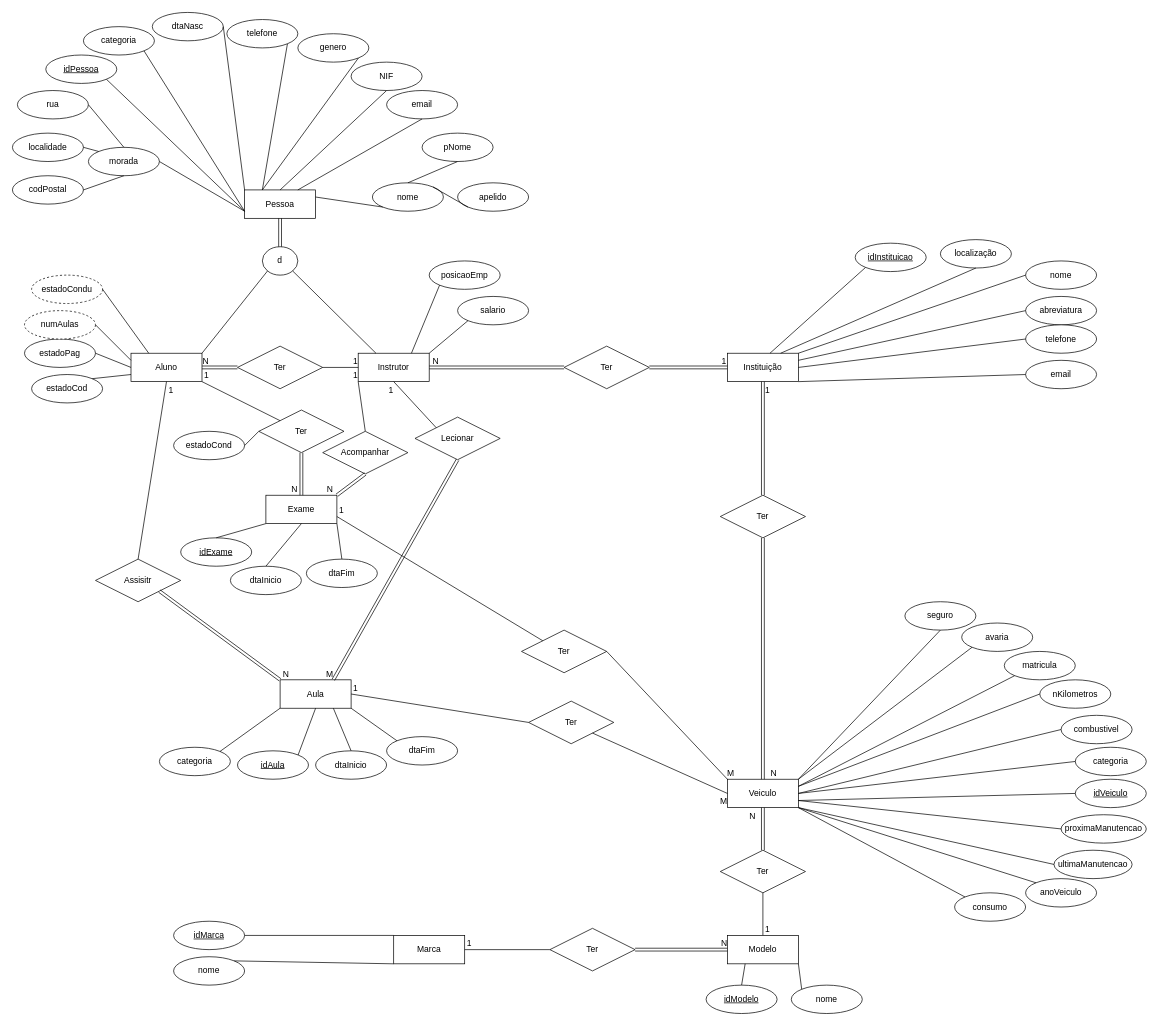
Above: IPLDrive.drawio in MarcoPadeiroIPL/ProjetoBD (draw.io), before the change. Source tidied: cells renumbered, new cells numbered last; positions are measured from the earlier drawing's top-left corner, leaving out a move shared by most shapes. Both pictures are drawn from the tidied source at 71%, with x=0, y=0 at pixel (12, 12).
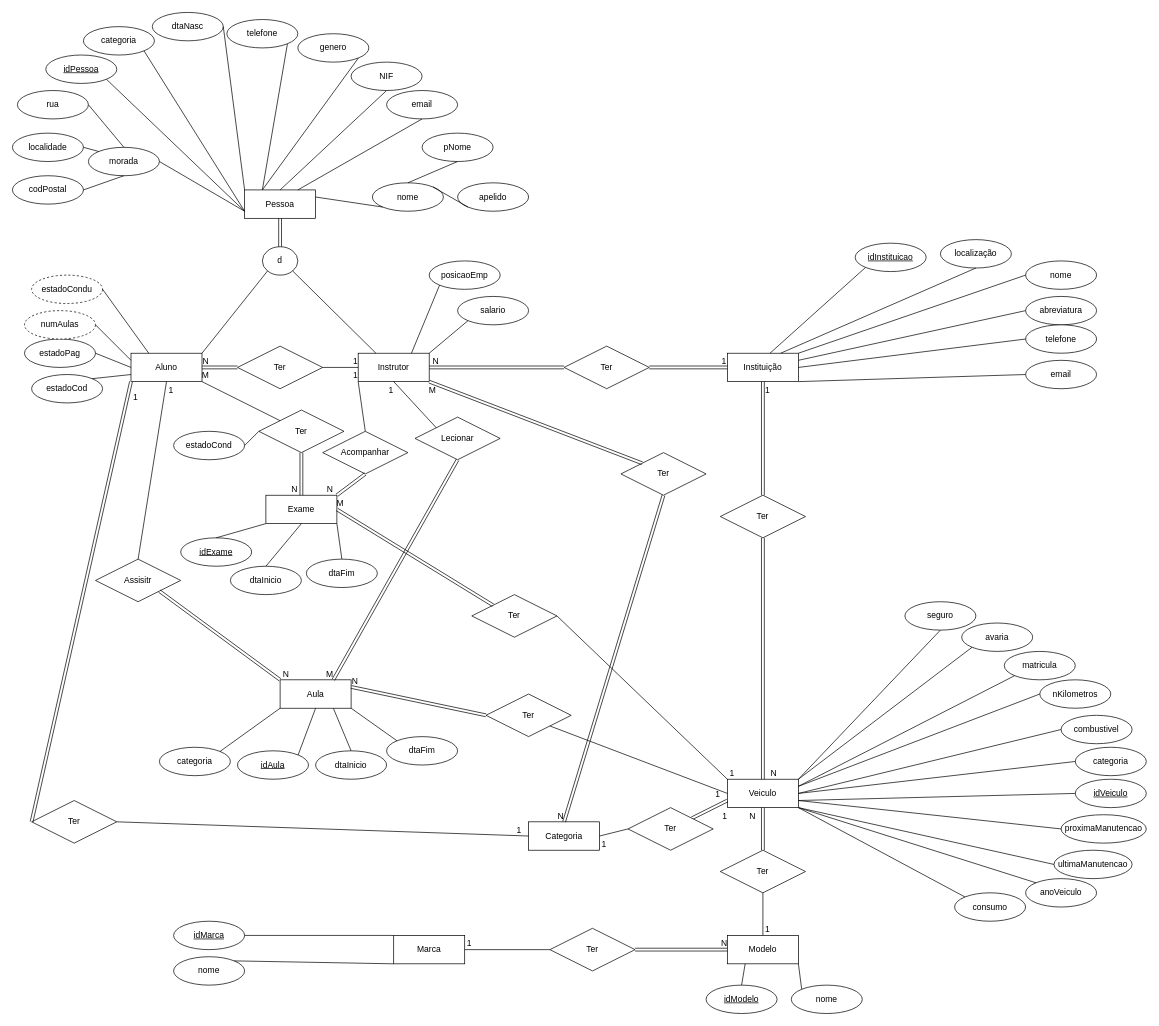
The same page after the edit.

Commit message (it also covers changes not shown here):
grafico DER versão nova

Unchanged cells that the change refers to:
```xml
<mxCell id="3" value="Instrutor" style="whiteSpace=wrap;html=1;align=center;" parent="1" vertex="1">
  <mxGeometry x="487" y="480" width="100" height="40" as="geometry" />
</mxCell>
<mxCell id="4" value="Veiculo" style="whiteSpace=wrap;html=1;align=center;" parent="1" vertex="1">
  <mxGeometry x="1007" y="1080" width="100" height="40" as="geometry" />
</mxCell>
<mxCell id="27" value="Aula" style="whiteSpace=wrap;html=1;align=center;" parent="1" vertex="1">
  <mxGeometry x="377" y="940" width="100" height="40" as="geometry" />
</mxCell>
<mxCell id="43" value="Exame" style="whiteSpace=wrap;html=1;align=center;" parent="1" vertex="1">
  <mxGeometry x="357" y="680" width="100" height="40" as="geometry" />
</mxCell>
<mxCell id="109" style="endArrow=none;html=1;rounded=0;entryX=1;entryY=1;entryDx=0;entryDy=0;exitX=0;exitY=0;exitDx=0;exitDy=0;" parent="1" edge="1" source="52" target="2">
  <mxGeometry relative="1" as="geometry" />
</mxCell>
<mxCell id="162" style="endArrow=none;html=1;rounded=0;entryX=0;entryY=0;entryDx=0;entryDy=0;exitX=1;exitY=0.5;exitDx=0;exitDy=0;" parent="1" edge="1" source="158" target="4">
  <mxGeometry relative="1" as="geometry" />
</mxCell>
<mxCell id="166" style="endArrow=none;html=1;rounded=0;entryX=0;entryY=0.5;entryDx=0;entryDy=0;exitX=1;exitY=1;exitDx=0;exitDy=0;" parent="1" edge="1" source="159" target="4">
  <mxGeometry relative="1" as="geometry" />
</mxCell>
```

What changed in the source:
```diff
@@
-    <mxCell id="110" value="1" style="html=1;align=right;verticalAlign=bottom;" parent="109" vertex="1">
+    <mxCell id="110" value="M" style="html=1;align=right;verticalAlign=bottom;" parent="109" vertex="1">
       <mxGeometry x="1" relative="1" as="geometry">
         <mxPoint x="10" as="offset" />
       </mxGeometry>
     </mxCell>
@@
     <mxCell id="158" value="Ter" style="shape=rhombus;perimeter=rhombusPerimeter;whiteSpace=wrap;html=1;align=center;" parent="1" vertex="1">
-      <mxGeometry x="717" y="870" width="120" height="60" as="geometry" />
+      <mxGeometry x="647" y="820" width="120" height="60" as="geometry" />
     </mxCell>
     <mxCell id="159" value="Ter" style="shape=rhombus;perimeter=rhombusPerimeter;whiteSpace=wrap;html=1;align=center;" parent="1" vertex="1">
-      <mxGeometry x="727" y="970" width="120" height="60" as="geometry" />
+      <mxGeometry x="667" y="960" width="120" height="60" as="geometry" />
     </mxCell>
-    <mxCell id="160" style="endArrow=none;html=1;rounded=0;entryX=1;entryY=0.75;entryDx=0;entryDy=0;exitX=0;exitY=0;exitDx=0;exitDy=0;" parent="1" edge="1" source="158" target="43">
-      <mxGeometry relative="1" as="geometry" />
-    </mxCell>
-    <mxCell id="161" value="1" style="html=1;align=right;verticalAlign=bottom;" parent="160" vertex="1">
-      <mxGeometry x="1" relative="1" as="geometry">
-        <mxPoint x="10" as="offset" />
-      </mxGeometry>
-    </mxCell>
@@
-    <mxCell id="163" value="M" style="html=1;align=right;verticalAlign=bottom;" parent="162" vertex="1">
+    <mxCell id="163" value="1" style="html=1;align=right;verticalAlign=bottom;" parent="162" vertex="1">
       <mxGeometry x="1" relative="1" as="geometry">
         <mxPoint x="10" as="offset" />
       </mxGeometry>
     </mxCell>
-    <mxCell id="164" style="endArrow=none;html=1;rounded=0;entryX=1;entryY=0.5;entryDx=0;entryDy=0;exitX=0;exitY=0.5;exitDx=0;exitDy=0;" parent="1" edge="1" source="159" target="27">
-      <mxGeometry relative="1" as="geometry" />
-    </mxCell>
-    <mxCell id="165" value="1" style="html=1;align=right;verticalAlign=bottom;" parent="164" vertex="1">
-      <mxGeometry x="1" relative="1" as="geometry">
-        <mxPoint x="10" as="offset" />
-      </mxGeometry>
-    </mxCell>
@@
-    <mxCell id="167" value="M" style="html=1;align=right;verticalAlign=bottom;" parent="166" vertex="1">
+    <mxCell id="167" value="1" style="html=1;align=right;verticalAlign=bottom;" parent="166" vertex="1">
       <mxGeometry x="1" relative="1" as="geometry">
-        <mxPoint y="20" as="offset" />
+        <mxPoint x="-10" y="10" as="offset" />
       </mxGeometry>
     </mxCell>
+    <mxCell id="160" style="shape=link;html=1;rounded=0;entryX=1;entryY=0.5;entryDx=0;entryDy=0;exitX=0;exitY=0;exitDx=0;exitDy=0;" parent="1" edge="1" source="158" target="43">
+      <mxGeometry relative="1" as="geometry" />
+    </mxCell>
+    <mxCell id="168" value="M" style="html=1;align=right;verticalAlign=bottom;" parent="160" vertex="1">
+      <mxGeometry x="1" relative="1" as="geometry">
+        <mxPoint x="10" as="offset" />
+      </mxGeometry>
+    </mxCell>
+    <mxCell id="164" style="shape=link;html=1;rounded=0;entryX=1;entryY=0.25;entryDx=0;entryDy=0;exitX=0;exitY=0.5;exitDx=0;exitDy=0;" parent="1" edge="1" source="159" target="27">
+      <mxGeometry relative="1" as="geometry" />
+    </mxCell>
+    <mxCell id="169" value="N" style="html=1;align=right;verticalAlign=bottom;" parent="164" vertex="1">
+      <mxGeometry x="1" relative="1" as="geometry">
+        <mxPoint x="10" as="offset" />
+      </mxGeometry>
+    </mxCell>
+    <mxCell id="170" value="Ter" style="shape=rhombus;perimeter=rhombusPerimeter;whiteSpace=wrap;html=1;align=center;" parent="1" vertex="1">
+      <mxGeometry x="27" y="1110" width="120" height="60" as="geometry" />
+    </mxCell>
+    <mxCell id="171" value="Categoria" style="whiteSpace=wrap;html=1;align=center;" parent="1" vertex="1">
+      <mxGeometry x="727" y="1140" width="100" height="40" as="geometry" />
+    </mxCell>
+    <mxCell id="172" style="endArrow=none;html=1;rounded=0;entryX=0;entryY=0.5;entryDx=0;entryDy=0;exitX=1;exitY=0.5;exitDx=0;exitDy=0;" parent="1" edge="1" source="170" target="171">
+      <mxGeometry relative="1" as="geometry" />
+    </mxCell>
+    <mxCell id="173" value="1" style="html=1;align=right;verticalAlign=bottom;" parent="172" vertex="1">
+      <mxGeometry x="1" relative="1" as="geometry">
+        <mxPoint x="-10" as="offset" />
+      </mxGeometry>
+    </mxCell>
+    <mxCell id="174" style="shape=link;html=1;rounded=0;entryX=0;entryY=1;entryDx=0;entryDy=0;exitX=0;exitY=0.5;exitDx=0;exitDy=0;" parent="1" edge="1" source="170">
+      <mxGeometry relative="1" as="geometry">
+        <mxPoint x="167" y="520" as="targetPoint" />
+      </mxGeometry>
+    </mxCell>
+    <mxCell id="175" value="1" style="html=1;align=right;verticalAlign=bottom;" parent="174" vertex="1">
+      <mxGeometry x="1" relative="1" as="geometry">
+        <mxPoint x="10" y="30" as="offset" />
+      </mxGeometry>
+    </mxCell>
+    <mxCell id="176" value="Ter" style="shape=rhombus;perimeter=rhombusPerimeter;whiteSpace=wrap;html=1;align=center;" parent="1" vertex="1">
+      <mxGeometry x="857" y="620" width="120" height="60" as="geometry" />
+    </mxCell>
+    <mxCell id="177" style="shape=link;html=1;rounded=0;exitX=0;exitY=0;exitDx=0;exitDy=0;entryX=1;entryY=1;entryDx=0;entryDy=0;" parent="1" edge="1" source="176" target="3">
+      <mxGeometry relative="1" as="geometry" />
+    </mxCell>
+    <mxCell id="178" value="M" style="html=1;align=right;verticalAlign=bottom;" parent="177" vertex="1">
+      <mxGeometry x="1" relative="1" as="geometry">
+        <mxPoint x="10" y="20" as="offset" />
+      </mxGeometry>
+    </mxCell>
+    <mxCell id="179" style="shape=link;html=1;rounded=0;exitX=0.5;exitY=1;exitDx=0;exitDy=0;entryX=0.5;entryY=0;entryDx=0;entryDy=0;" parent="1" edge="1" source="176" target="171">
+      <mxGeometry relative="1" as="geometry" />
+    </mxCell>
+    <mxCell id="180" value="N" style="html=1;align=right;verticalAlign=bottom;" parent="179" vertex="1">
+      <mxGeometry x="1" relative="1" as="geometry" />
+    </mxCell>
+    <mxCell id="181" style="shape=link;html=1;rounded=0;entryX=0;entryY=0.75;entryDx=0;entryDy=0;exitX=1;exitY=0;exitDx=0;exitDy=0;" parent="1" edge="1" source="183" target="4">
+      <mxGeometry relative="1" as="geometry" />
+    </mxCell>
+    <mxCell id="182" value="1" style="html=1;align=right;verticalAlign=bottom;" parent="181" vertex="1">
+      <mxGeometry x="1" relative="1" as="geometry">
+        <mxPoint y="30" as="offset" />
+      </mxGeometry>
+    </mxCell>
+    <mxCell id="183" value="Ter" style="shape=rhombus;perimeter=rhombusPerimeter;whiteSpace=wrap;html=1;align=center;" parent="1" vertex="1">
+      <mxGeometry x="867" y="1120" width="120" height="60" as="geometry" />
+    </mxCell>
+    <mxCell id="184" style="endArrow=none;html=1;rounded=0;entryX=1;entryY=0.5;entryDx=0;entryDy=0;exitX=0;exitY=0.5;exitDx=0;exitDy=0;" parent="1" edge="1" source="183" target="171">
+      <mxGeometry relative="1" as="geometry" />
+    </mxCell>
+    <mxCell id="185" value="1" style="html=1;align=right;verticalAlign=bottom;" parent="184" vertex="1">
+      <mxGeometry x="1" relative="1" as="geometry">
+        <mxPoint x="10" y="20" as="offset" />
+      </mxGeometry>
+    </mxCell>
```
